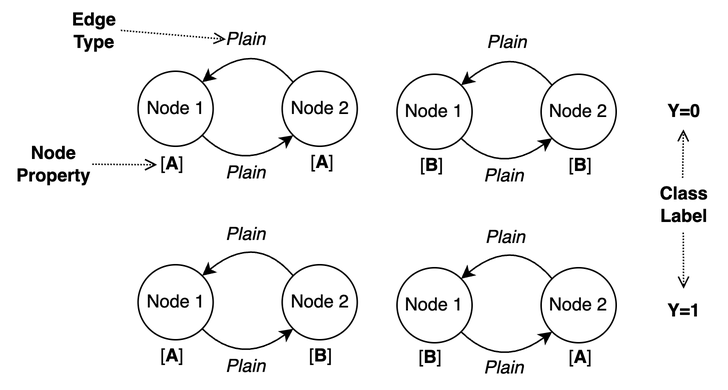
Above: figures/NoisyXOR.png in cair/GraphTsetlinMachine (draw.io), before the change. Source tidied: cells renumbered, new cells last; positions are measured from the earlier drawing's top-left corner, leaving out a move shared by most shapes. Its diagram source:
```xml
<mxGraphModel math="1">
  <root>
    <mxCell id="0" />
    <mxCell id="1" parent="0" />
    <mxCell id="2" value="&lt;div style=&quot;&quot;&gt;&lt;span style=&quot;background-color: initial;&quot;&gt;Node 1&lt;/span&gt;&lt;/div&gt;" style="ellipse;whiteSpace=wrap;html=1;align=center;" parent="1" vertex="1">
      <mxGeometry x="91.5" y="47" width="50" height="50" as="geometry" />
    </mxCell>
    <mxCell id="3" value="Node 2" style="ellipse;whiteSpace=wrap;html=1;" parent="1" vertex="1">
      <mxGeometry x="187.5" y="47" width="50" height="50" as="geometry" />
    </mxCell>
    <mxCell id="4" style="curved=1;endArrow=classic;html=1;rounded=0;exitX=1;exitY=1;exitDx=0;exitDy=0;entryX=0;entryY=1;entryDx=0;entryDy=0;" parent="1" edge="1" source="2" target="3">
      <mxGeometry relative="1" as="geometry">
        <Array as="points">
          <mxPoint x="160" y="115" />
        </Array>
      </mxGeometry>
    </mxCell>
    <mxCell id="5" style="curved=1;endArrow=none;html=1;rounded=0;exitX=1;exitY=0;exitDx=0;exitDy=0;entryX=0;entryY=0;entryDx=0;entryDy=0;startArrow=classic;startFill=1;endFill=0;" parent="1" edge="1" source="2" target="3">
      <mxGeometry relative="1" as="geometry">
        <Array as="points">
          <mxPoint x="170" y="25" />
        </Array>
      </mxGeometry>
    </mxCell>
    <mxCell id="6" value="Node 1" style="ellipse;whiteSpace=wrap;html=1;" parent="1" vertex="1">
      <mxGeometry x="264" y="49" width="50" height="50" as="geometry" />
    </mxCell>
    <mxCell id="7" value="Node 2" style="ellipse;whiteSpace=wrap;html=1;" parent="1" vertex="1">
      <mxGeometry x="360" y="49" width="50" height="50" as="geometry" />
    </mxCell>
    <mxCell id="8" style="curved=1;endArrow=classic;html=1;rounded=0;exitX=1;exitY=1;exitDx=0;exitDy=0;entryX=0;entryY=1;entryDx=0;entryDy=0;" parent="1" edge="1" source="6" target="7">
      <mxGeometry relative="1" as="geometry">
        <Array as="points">
          <mxPoint x="332.5" y="117" />
        </Array>
      </mxGeometry>
    </mxCell>
    <mxCell id="9" style="curved=1;endArrow=none;html=1;rounded=0;exitX=1;exitY=0;exitDx=0;exitDy=0;entryX=0;entryY=0;entryDx=0;entryDy=0;startArrow=classic;startFill=1;endFill=0;" parent="1" edge="1" source="6" target="7">
      <mxGeometry relative="1" as="geometry">
        <Array as="points">
          <mxPoint x="342.5" y="27" />
        </Array>
      </mxGeometry>
    </mxCell>
    <mxCell id="10" value="Y=0" style="text;html=1;align=center;verticalAlign=middle;points=[];strokeColor=none;fillColor=none;fontStyle=1;" parent="1" vertex="1">
      <mxGeometry x="430" y="59" width="50" height="30" as="geometry" />
    </mxCell>
    <mxCell id="11" value="Node 1" style="ellipse;whiteSpace=wrap;html=1;" parent="1" vertex="1">
      <mxGeometry x="91.5" y="176" width="50" height="50" as="geometry" />
    </mxCell>
    <mxCell id="12" value="Node 2" style="ellipse;whiteSpace=wrap;html=1;" parent="1" vertex="1">
      <mxGeometry x="187.5" y="176" width="50" height="50" as="geometry" />
    </mxCell>
    <mxCell id="13" style="curved=1;endArrow=classic;html=1;rounded=0;exitX=1;exitY=1;exitDx=0;exitDy=0;entryX=0;entryY=1;entryDx=0;entryDy=0;" parent="1" edge="1" source="11" target="12">
      <mxGeometry relative="1" as="geometry">
        <Array as="points">
          <mxPoint x="160" y="244" />
        </Array>
      </mxGeometry>
    </mxCell>
    <mxCell id="14" style="curved=1;endArrow=none;html=1;rounded=0;exitX=1;exitY=0;exitDx=0;exitDy=0;entryX=0;entryY=0;entryDx=0;entryDy=0;startArrow=classic;startFill=1;endFill=0;" parent="1" edge="1" source="11" target="12">
      <mxGeometry relative="1" as="geometry">
        <Array as="points">
          <mxPoint x="170" y="154" />
        </Array>
      </mxGeometry>
    </mxCell>
    <mxCell id="15" value="Node 1" style="ellipse;whiteSpace=wrap;html=1;" parent="1" vertex="1">
      <mxGeometry x="264" y="178" width="50" height="50" as="geometry" />
    </mxCell>
    <mxCell id="16" value="Node 2" style="ellipse;whiteSpace=wrap;html=1;" parent="1" vertex="1">
      <mxGeometry x="360" y="178" width="50" height="50" as="geometry" />
    </mxCell>
    <mxCell id="17" style="curved=1;endArrow=classic;html=1;rounded=0;exitX=1;exitY=1;exitDx=0;exitDy=0;entryX=0;entryY=1;entryDx=0;entryDy=0;" parent="1" edge="1" source="15" target="16">
      <mxGeometry relative="1" as="geometry">
        <Array as="points">
          <mxPoint x="332.5" y="246" />
        </Array>
      </mxGeometry>
    </mxCell>
    <mxCell id="18" style="curved=1;endArrow=none;html=1;rounded=0;exitX=1;exitY=0;exitDx=0;exitDy=0;entryX=0;entryY=0;entryDx=0;entryDy=0;startArrow=classic;startFill=1;endFill=0;" parent="1" edge="1" source="15" target="16">
      <mxGeometry relative="1" as="geometry">
        <Array as="points">
          <mxPoint x="342.5" y="156" />
        </Array>
      </mxGeometry>
    </mxCell>
    <mxCell id="19" value="Y=1" style="text;html=1;align=center;verticalAlign=middle;points=[];strokeColor=none;fillColor=none;fontStyle=1;" parent="1" vertex="1">
      <mxGeometry x="430" y="192" width="50" height="30" as="geometry" />
    </mxCell>
    <mxCell id="20" value="[&lt;b&gt;A&lt;/b&gt;]" style="text;html=1;align=center;verticalAlign=middle;strokeColor=none;fillColor=none;" parent="1" vertex="1">
      <mxGeometry x="93.5" y="94" width="40" height="30" as="geometry" />
    </mxCell>
    <mxCell id="21" value="[&lt;b&gt;B&lt;/b&gt;]" style="text;html=1;align=center;verticalAlign=middle;strokeColor=none;fillColor=none;" parent="1" vertex="1">
      <mxGeometry x="266" y="223" width="40" height="30" as="geometry" />
    </mxCell>
    <mxCell id="22" value="[&lt;b&gt;B&lt;/b&gt;]" style="text;html=1;align=center;verticalAlign=middle;strokeColor=none;fillColor=none;" parent="1" vertex="1">
      <mxGeometry x="366" y="95" width="40" height="30" as="geometry" />
    </mxCell>
    <mxCell id="23" value="[&lt;b&gt;A&lt;/b&gt;]" style="text;html=1;align=center;verticalAlign=middle;strokeColor=none;fillColor=none;" parent="1" vertex="1">
      <mxGeometry x="93.5" y="222" width="40" height="30" as="geometry" />
    </mxCell>
    <mxCell id="24" value="[&lt;b&gt;B&lt;/b&gt;]" style="text;html=1;align=center;verticalAlign=middle;strokeColor=none;fillColor=none;" parent="1" vertex="1">
      <mxGeometry x="267" y="95" width="40" height="30" as="geometry" />
    </mxCell>
    <mxCell id="25" value="[&lt;b&gt;B&lt;/b&gt;]" style="text;html=1;align=center;verticalAlign=middle;strokeColor=none;fillColor=none;" parent="1" vertex="1">
      <mxGeometry x="192.5" y="222" width="40" height="30" as="geometry" />
    </mxCell>
    <mxCell id="26" value="[&lt;b&gt;A&lt;/b&gt;]" style="text;html=1;align=center;verticalAlign=middle;strokeColor=none;fillColor=none;" parent="1" vertex="1">
      <mxGeometry x="193.5" y="93" width="40" height="30" as="geometry" />
    </mxCell>
    <mxCell id="27" value="[&lt;b&gt;A&lt;/b&gt;]" style="text;html=1;align=center;verticalAlign=middle;strokeColor=none;fillColor=none;" parent="1" vertex="1">
      <mxGeometry x="366" y="223" width="40" height="30" as="geometry" />
    </mxCell>
    <mxCell id="28" value="&lt;i&gt;Plain&lt;/i&gt;" style="text;html=1;align=center;verticalAlign=middle;points=[];strokeColor=none;fillColor=none;" parent="1" vertex="1">
      <mxGeometry x="137.5" y="11" width="50" height="30" as="geometry" />
    </mxCell>
    <mxCell id="29" value="&lt;i&gt;Plain&lt;/i&gt;" style="text;html=1;align=center;verticalAlign=middle;strokeColor=none;fillColor=none;" parent="1" vertex="1">
      <mxGeometry x="312" y="13" width="50" height="30" as="geometry" />
    </mxCell>
    <mxCell id="30" value="&lt;i&gt;Plain&lt;/i&gt;" style="text;html=1;align=center;verticalAlign=middle;strokeColor=none;fillColor=none;" parent="1" vertex="1">
      <mxGeometry x="310" y="101.5" width="50" height="30" as="geometry" />
    </mxCell>
    <mxCell id="31" value="&lt;i&gt;Plain&lt;/i&gt;" style="text;html=1;align=center;verticalAlign=middle;strokeColor=none;fillColor=none;" parent="1" vertex="1">
      <mxGeometry x="137.5" y="100" width="50" height="30" as="geometry" />
    </mxCell>
    <mxCell id="32" value="&lt;i&gt;Plain&lt;/i&gt;" style="text;html=1;align=center;verticalAlign=middle;strokeColor=none;fillColor=none;" parent="1" vertex="1">
      <mxGeometry x="137.5" y="229" width="50" height="30" as="geometry" />
    </mxCell>
    <mxCell id="33" value="&lt;i&gt;Plain&lt;/i&gt;" style="text;html=1;align=center;verticalAlign=middle;strokeColor=none;fillColor=none;" parent="1" vertex="1">
      <mxGeometry x="310" y="230" width="50" height="30" as="geometry" />
    </mxCell>
    <mxCell id="34" value="&lt;b&gt;Node&lt;/b&gt;&lt;div&gt;&lt;b&gt;Property&lt;/b&gt;&lt;/div&gt;" style="text;html=1;align=center;verticalAlign=middle;strokeColor=none;fillColor=none;" parent="1" vertex="1">
      <mxGeometry y="89" width="70" height="40" as="geometry" />
    </mxCell>
    <mxCell id="35" style="endArrow=open;html=1;rounded=0;dashed=1;dashPattern=1 1;endFill=0;entryX=0.993;entryY=0.512;entryDx=0;entryDy=0;entryPerimeter=0;" parent="1" edge="1">
      <mxGeometry relative="1" as="geometry">
        <mxPoint x="61" y="109" as="sourcePoint" />
        <mxPoint x="104.2" y="109.4" as="targetPoint" />
      </mxGeometry>
    </mxCell>
    <mxCell id="36" value="&lt;b&gt;Edge&lt;/b&gt;&lt;div&gt;&lt;b&gt;Type&lt;/b&gt;&lt;/div&gt;" style="text;html=1;align=center;verticalAlign=middle;strokeColor=none;fillColor=none;" parent="1" vertex="1">
      <mxGeometry x="37" width="50" height="40" as="geometry" />
    </mxCell>
    <mxCell id="37" style="endArrow=open;html=1;rounded=0;exitX=0.963;exitY=0.522;exitDx=0;exitDy=0;exitPerimeter=0;dashed=1;dashPattern=1 1;entryX=0.25;entryY=0.491;entryDx=0;entryDy=0;entryPerimeter=0;endFill=0;" parent="1" edge="1" target="28">
      <mxGeometry relative="1" as="geometry">
        <mxPoint x="80" y="19.7" as="sourcePoint" />
      </mxGeometry>
    </mxCell>
    <mxCell id="38" value="&lt;i&gt;Plain&lt;/i&gt;" style="text;html=1;align=center;verticalAlign=middle;strokeColor=none;fillColor=none;" parent="1" vertex="1">
      <mxGeometry x="138" y="140.5" width="50" height="30" as="geometry" />
    </mxCell>
    <mxCell id="39" value="&lt;i&gt;Plain&lt;/i&gt;" style="text;html=1;align=center;verticalAlign=middle;strokeColor=none;fillColor=none;" parent="1" vertex="1">
      <mxGeometry x="311" y="142.5" width="50" height="30" as="geometry" />
    </mxCell>
    <mxCell id="40" value="&lt;div&gt;&lt;b&gt;Class&lt;/b&gt;&lt;/div&gt;&lt;div&gt;&lt;b&gt;Label&lt;/b&gt;&lt;/div&gt;" style="text;html=1;align=center;verticalAlign=middle;points=[];strokeColor=none;fillColor=none;" parent="1" vertex="1">
      <mxGeometry x="425" y="115.5" width="60" height="40" as="geometry" />
    </mxCell>
    <mxCell id="41" style="endArrow=open;html=1;rounded=0;exitX=0.488;exitY=0.064;exitDx=0;exitDy=0;exitPerimeter=0;dashed=1;dashPattern=1 1;endFill=0;entryX=0.496;entryY=0.889;entryDx=0;entryDy=0;entryPerimeter=0;" parent="1" edge="1" source="40" target="10">
      <mxGeometry relative="1" as="geometry" />
    </mxCell>
    <mxCell id="42" style="endArrow=open;html=1;rounded=0;exitX=0.495;exitY=0.977;exitDx=0;exitDy=0;exitPerimeter=0;dashed=1;dashPattern=1 1;endFill=0;" parent="1" edge="1" source="40" target="19">
      <mxGeometry relative="1" as="geometry" />
    </mxCell>
  </root>
</mxGraphModel>
```
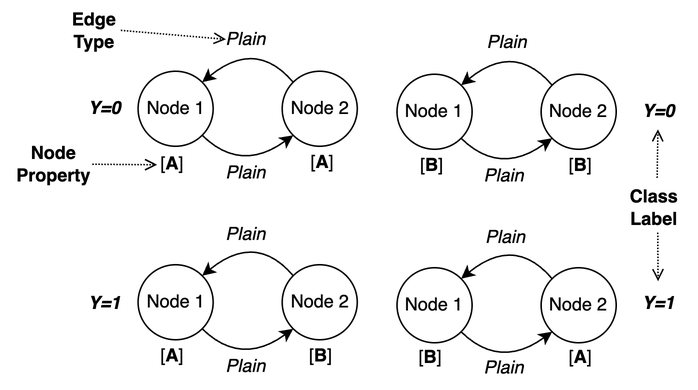
The same diagram one commit later.

What changed in the source:
```diff
@@ -42,8 +42,8 @@
         </Array>
       </mxGeometry>
     </mxCell>
-    <mxCell id="10" value="Y=0" style="text;html=1;align=center;verticalAlign=middle;points=[];strokeColor=none;fillColor=none;fontStyle=1;" parent="1" vertex="1">
-      <mxGeometry x="430" y="59" width="50" height="30" as="geometry" />
+    <mxCell id="10" value="&lt;i&gt;Y=0&lt;/i&gt;" style="text;html=1;align=center;verticalAlign=middle;points=[];strokeColor=none;fillColor=none;fontStyle=1;" parent="1" vertex="1">
+      <mxGeometry x="413" y="59" width="50" height="30" as="geometry" />
     </mxCell>
     <mxCell id="11" value="Node 1" style="ellipse;whiteSpace=wrap;html=1;" parent="1" vertex="1">
       <mxGeometry x="91.5" y="176" width="50" height="50" as="geometry" />
@@ -85,8 +85,8 @@
         </Array>
       </mxGeometry>
     </mxCell>
-    <mxCell id="19" value="Y=1" style="text;html=1;align=center;verticalAlign=middle;points=[];strokeColor=none;fillColor=none;fontStyle=1;" parent="1" vertex="1">
-      <mxGeometry x="430" y="192" width="50" height="30" as="geometry" />
+    <mxCell id="19" value="&lt;i&gt;Y=1&lt;/i&gt;" style="text;html=1;align=center;verticalAlign=middle;points=[];strokeColor=none;fillColor=none;fontStyle=1;" parent="1" vertex="1">
+      <mxGeometry x="413" y="187" width="50" height="30" as="geometry" />
     </mxCell>
     <mxCell id="20" value="[&lt;b&gt;A&lt;/b&gt;]" style="text;html=1;align=center;verticalAlign=middle;strokeColor=none;fillColor=none;" parent="1" vertex="1">
       <mxGeometry x="93.5" y="94" width="40" height="30" as="geometry" />
@@ -154,13 +154,23 @@
       <mxGeometry x="311" y="142.5" width="50" height="30" as="geometry" />
     </mxCell>
     <mxCell id="40" value="&lt;div&gt;&lt;b&gt;Class&lt;/b&gt;&lt;/div&gt;&lt;div&gt;&lt;b&gt;Label&lt;/b&gt;&lt;/div&gt;" style="text;html=1;align=center;verticalAlign=middle;points=[];strokeColor=none;fillColor=none;" parent="1" vertex="1">
-      <mxGeometry x="425" y="115.5" width="60" height="40" as="geometry" />
+      <mxGeometry x="405" y="118" width="60" height="40" as="geometry" />
     </mxCell>
-    <mxCell id="41" style="endArrow=open;html=1;rounded=0;exitX=0.488;exitY=0.064;exitDx=0;exitDy=0;exitPerimeter=0;dashed=1;dashPattern=1 1;endFill=0;entryX=0.496;entryY=0.889;entryDx=0;entryDy=0;entryPerimeter=0;" parent="1" edge="1" source="40" target="10">
-      <mxGeometry relative="1" as="geometry" />
+    <mxCell id="41" style="endArrow=open;html=1;rounded=0;exitX=0.488;exitY=0.064;exitDx=0;exitDy=0;exitPerimeter=0;dashed=1;dashPattern=1 1;endFill=0;entryX=0.496;entryY=0.889;entryDx=0;entryDy=0;entryPerimeter=0;" parent="1" edge="1" target="10">
+      <mxGeometry relative="1" as="geometry">
+        <mxPoint x="437.3" y="118.1" as="sourcePoint" />
+      </mxGeometry>
     </mxCell>
-    <mxCell id="42" style="endArrow=open;html=1;rounded=0;exitX=0.495;exitY=0.977;exitDx=0;exitDy=0;exitPerimeter=0;dashed=1;dashPattern=1 1;endFill=0;" parent="1" edge="1" source="40" target="19">
-      <mxGeometry relative="1" as="geometry" />
+    <mxCell id="42" style="endArrow=open;html=1;rounded=0;exitX=0.495;exitY=0.977;exitDx=0;exitDy=0;exitPerimeter=0;dashed=1;dashPattern=1 1;endFill=0;" parent="1" edge="1" target="19">
+      <mxGeometry relative="1" as="geometry">
+        <mxPoint x="437.7" y="154.6" as="sourcePoint" />
+      </mxGeometry>
     </mxCell>
+    <mxCell id="43" value="&lt;i&gt;Y=0&lt;/i&gt;" style="text;html=1;align=center;verticalAlign=middle;strokeColor=none;fillColor=none;fontStyle=1;" parent="1" vertex="1">
+      <mxGeometry x="43.5" y="56.5" width="50" height="30" as="geometry" />
+    </mxCell>
+    <mxCell id="44" value="&lt;i&gt;Y=1&lt;/i&gt;" style="text;html=1;align=center;verticalAlign=middle;strokeColor=none;fillColor=none;fontStyle=1;" parent="1" vertex="1">
+      <mxGeometry x="43.5" y="186.5" width="50" height="30" as="geometry" />
+    </mxCell>
   </root>
 </mxGraphModel>
```
